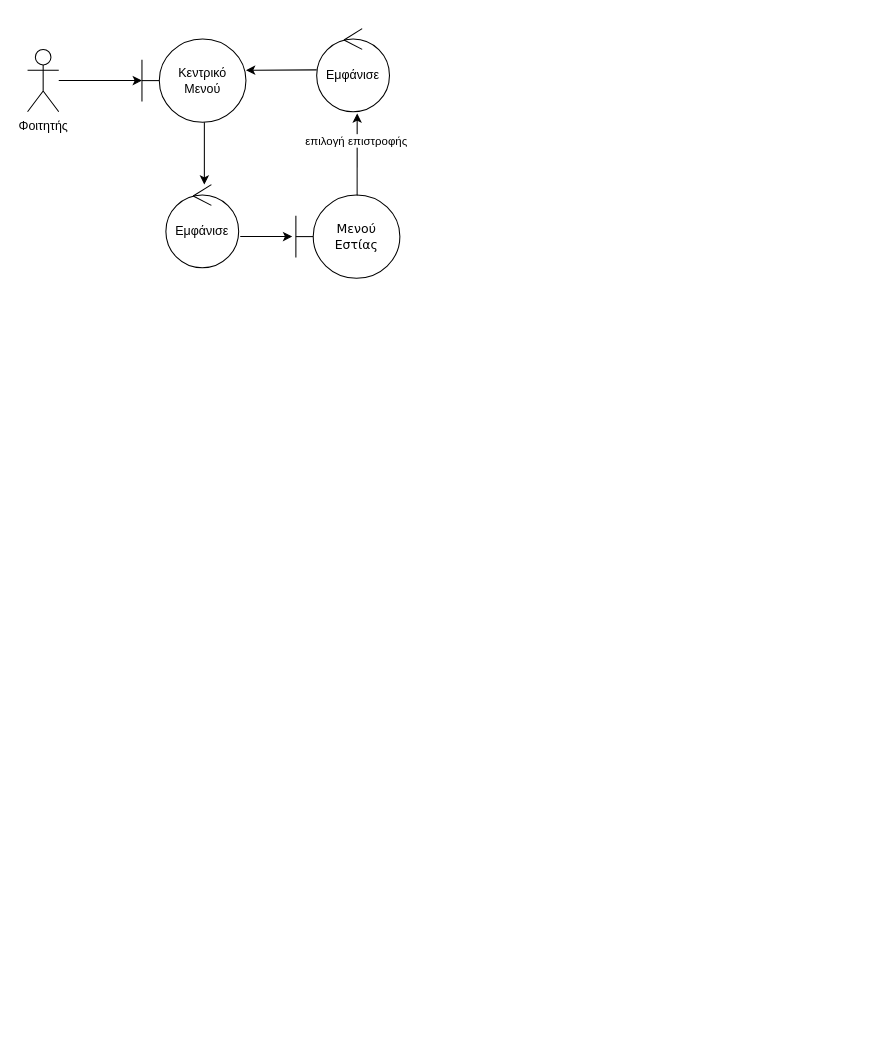
This is page "Cafeteria Menu" (7 of 8) of docs/Contributions/Vaggelis/Robustness-diagrams-v0.1.drawio from Ibournakas/PaPapp, a draw.io file, before an edit. Source tidied: cells renumbered, new cells numbered last; positions are measured from the earlier drawing's top-left corner, leaving out a move shared by most shapes. Both pictures are drawn from the tidied source at 104%, with x=0, y=0 at pixel (27, 28).
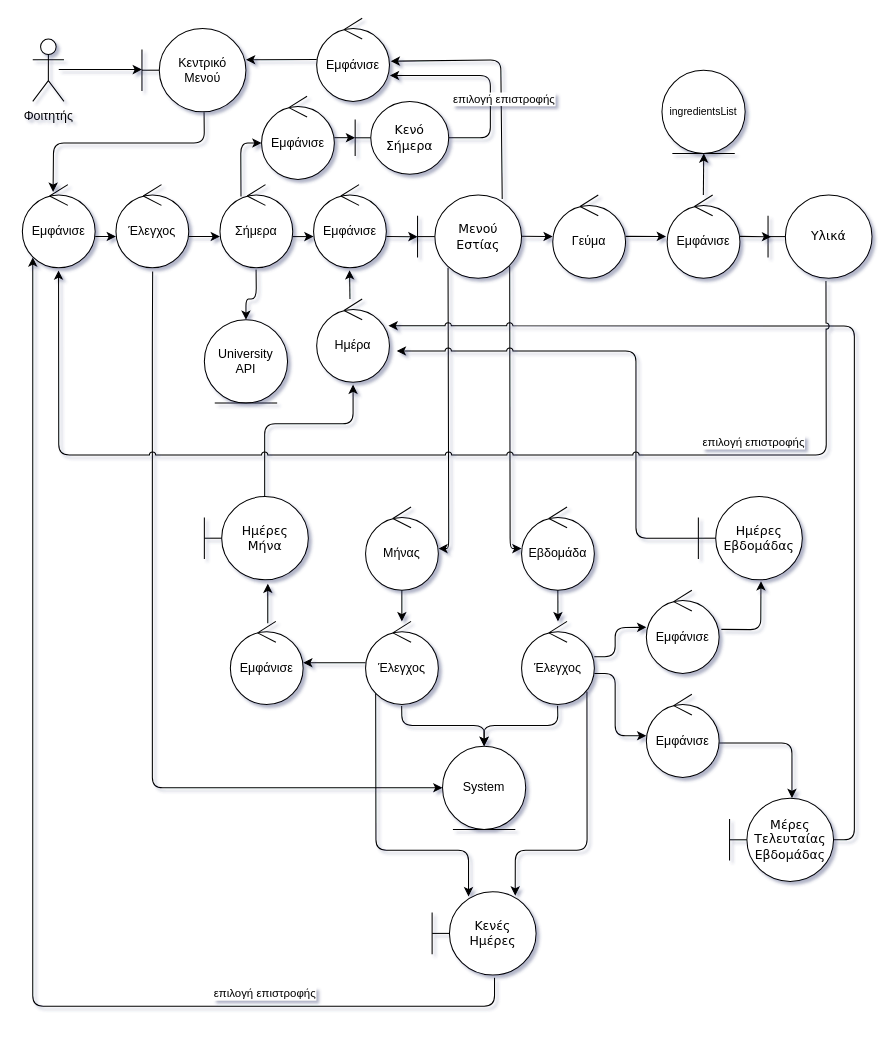
The same page after the edit.

The edit, as a diff of the source:
```diff
@@
-<mxGraphModel>
+<mxGraphModel shadow="1">
@@
+    <mxCell id="13" style="endArrow=classic;html=1;rounded=1;exitX=0.504;exitY=1.043;exitDx=0;exitDy=0;exitPerimeter=0;entryX=0;entryY=0.5;entryDx=0;entryDy=0;" parent="1" edge="1" source="60" target="29">
+      <mxGeometry relative="1" as="geometry">
+        <Array as="points">
+          <mxPoint x="120" y="300" />
+          <mxPoint x="120" y="730" />
+        </Array>
+      </mxGeometry>
+    </mxCell>
     <mxCell id="2" value="Φοιτητής&lt;br&gt;" style="shape=umlActor;verticalLabelPosition=bottom;verticalAlign=top;html=1;rounded=1;" parent="1" vertex="1">
-      <mxGeometry y="20" width="30" height="60" as="geometry" />
+      <mxGeometry x="5" y="10" width="30" height="60" as="geometry" />
     </mxCell>
     <mxCell id="3" value="Εμφάνισε" style="ellipse;shape=umlControl;whiteSpace=wrap;html=1;rounded=1;" parent="1" vertex="1">
-      <mxGeometry x="278" width="70" height="80" as="geometry" />
+      <mxGeometry x="278" y="-10" width="70" height="80" as="geometry" />
     </mxCell>
     <mxCell id="4" value="Κεντρικό Μενού" style="shape=umlBoundary;whiteSpace=wrap;html=1;rounded=1;" parent="1" vertex="1">
-      <mxGeometry x="110" y="10" width="100" height="80" as="geometry" />
+      <mxGeometry x="110" width="100" height="80" as="geometry" />
     </mxCell>
     <mxCell id="5" style="endArrow=classic;html=1;rounded=1;jumpStyle=arc;" parent="1" edge="1">
       <mxGeometry relative="1" as="geometry">
-        <mxPoint x="278" y="39.7" as="sourcePoint" />
-        <mxPoint x="210" y="40" as="targetPoint" />
+        <mxPoint x="278" y="29.7" as="sourcePoint" />
+        <mxPoint x="210" y="30" as="targetPoint" />
       </mxGeometry>
     </mxCell>
     <mxCell id="6" style="endArrow=classic;html=1;rounded=1;" parent="1" edge="1">
       <mxGeometry relative="1" as="geometry">
-        <mxPoint x="30" y="50" as="sourcePoint" />
-        <mxPoint x="110" y="50" as="targetPoint" />
+        <mxPoint x="30" y="39.4" as="sourcePoint" />
+        <mxPoint x="110" y="39.4" as="targetPoint" />
       </mxGeometry>
     </mxCell>
     <mxCell id="7" value="Εμφάνισε" style="ellipse;shape=umlControl;whiteSpace=wrap;html=1;rounded=1;" parent="1" vertex="1">
-      <mxGeometry x="133" y="150" width="70" height="80" as="geometry" />
+      <mxGeometry x="-5" y="150" width="70" height="80" as="geometry" />
     </mxCell>
-    <mxCell id="8" style="endArrow=classic;html=1;rounded=1;" parent="1" edge="1">
+    <mxCell id="8" style="endArrow=classic;html=1;rounded=1;entryX=0.422;entryY=0.088;entryDx=0;entryDy=0;entryPerimeter=0;exitX=0.597;exitY=1.006;exitDx=0;exitDy=0;exitPerimeter=0;" parent="1" edge="1" source="4" target="7">
       <mxGeometry relative="1" as="geometry">
-        <mxPoint x="170" y="90" as="sourcePoint" />
-        <mxPoint x="170" y="150" as="targetPoint" />
+        <Array as="points">
+          <mxPoint x="170" y="110" />
+          <mxPoint x="25" y="110" />
+        </Array>
       </mxGeometry>
     </mxCell>
     <mxCell id="9" value="&lt;font style=&quot;font-size: 12px;&quot; face=&quot;Verdana&quot;&gt;Μενού&lt;br&gt;Εστίας&lt;/font&gt;" style="shape=umlBoundary;whiteSpace=wrap;html=1;rounded=1;" parent="1" vertex="1">
-      <mxGeometry x="258" y="160" width="100" height="80" as="geometry" />
+      <mxGeometry x="375" y="160" width="100" height="80" as="geometry" />
     </mxCell>
-    <mxCell id="10" style="endArrow=classic;html=1;rounded=1;" parent="1" edge="1">
+    <mxCell id="10" style="endArrow=classic;html=1;rounded=1;entryX=0;entryY=0.625;entryDx=0;entryDy=0;entryPerimeter=0;" parent="1" edge="1" target="14">
       <mxGeometry relative="1" as="geometry">
-        <mxPoint x="204.5" y="200" as="sourcePoint" />
-        <mxPoint x="254.5" y="200" as="targetPoint" />
+        <mxPoint x="155" y="199.9" as="sourcePoint" />
+        <Array as="points">
+          <mxPoint x="155" y="199.9" />
+        </Array>
       </mxGeometry>
     </mxCell>
-    <mxCell id="11" style="endArrow=classic;html=1;rounded=1;entryX=0.556;entryY=1.019;entryDx=0;entryDy=0;entryPerimeter=0;exitX=0.589;exitY=0.006;exitDx=0;exitDy=0;exitPerimeter=0;" parent="1" edge="1" source="9" target="3">
-      <mxGeometry relative="1" as="geometry" />
+    <mxCell id="11" style="endArrow=classic;html=1;rounded=1;entryX=1.017;entryY=0.517;entryDx=0;entryDy=0;entryPerimeter=0;exitX=0.814;exitY=0.047;exitDx=0;exitDy=0;exitPerimeter=0;" parent="1" edge="1" source="9" target="3">
+      <mxGeometry relative="1" as="geometry">
+        <Array as="points">
+          <mxPoint x="455" y="30" />
+        </Array>
+      </mxGeometry>
     </mxCell>
+    <mxCell id="14" value="Σήμερα" style="ellipse;shape=umlControl;whiteSpace=wrap;html=1;rounded=1;" parent="1" vertex="1">
+      <mxGeometry x="185" y="150" width="70" height="80" as="geometry" />
+    </mxCell>
+    <mxCell id="15" style="endArrow=classic;html=1;rounded=1;entryX=0;entryY=0.625;entryDx=0;entryDy=0;entryPerimeter=0;" parent="1" edge="1" target="31">
+      <mxGeometry relative="1" as="geometry">
+        <mxPoint x="255" y="200" as="sourcePoint" />
+      </mxGeometry>
+    </mxCell>
+    <mxCell id="16" value="University&lt;br&gt;API" style="ellipse;shape=umlEntity;whiteSpace=wrap;html=1;rounded=1;" parent="1" vertex="1">
+      <mxGeometry x="170" y="280" width="80" height="80" as="geometry" />
+    </mxCell>
+    <mxCell id="17" style="endArrow=classic;html=1;rounded=1;exitX=0.496;exitY=1.02;exitDx=0;exitDy=0;exitPerimeter=0;entryX=0.5;entryY=0;entryDx=0;entryDy=0;" parent="1" edge="1" source="14" target="16">
+      <mxGeometry relative="1" as="geometry">
+        <Array as="points">
+          <mxPoint x="220" y="260" />
+          <mxPoint x="210" y="260" />
+        </Array>
+      </mxGeometry>
+    </mxCell>
+    <mxCell id="18" value="Γεύμα" style="ellipse;shape=umlControl;whiteSpace=wrap;html=1;rounded=1;" parent="1" vertex="1">
+      <mxGeometry x="505" y="160" width="70" height="80" as="geometry" />
+    </mxCell>
+    <mxCell id="19" style="endArrow=classic;html=1;rounded=1;" parent="1" edge="1">
+      <mxGeometry relative="1" as="geometry">
+        <mxPoint x="475" y="199.6" as="sourcePoint" />
+        <mxPoint x="505" y="200" as="targetPoint" />
+      </mxGeometry>
+    </mxCell>
+    <mxCell id="20" value="Εμφάνισε" style="ellipse;shape=umlControl;whiteSpace=wrap;html=1;rounded=1;" parent="1" vertex="1">
+      <mxGeometry x="615" y="160" width="70" height="80" as="geometry" />
+    </mxCell>
+    <mxCell id="21" style="endArrow=classic;html=1;rounded=1;entryX=-0.016;entryY=0.498;entryDx=0;entryDy=0;entryPerimeter=0;" parent="1" edge="1" target="20">
+      <mxGeometry relative="1" as="geometry">
+        <mxPoint x="575" y="199.8" as="sourcePoint" />
+      </mxGeometry>
+    </mxCell>
+    <mxCell id="22" value="&lt;font face=&quot;Verdana&quot;&gt;Υλικά&lt;/font&gt;" style="shape=umlBoundary;whiteSpace=wrap;html=1;rounded=1;" parent="1" vertex="1">
+      <mxGeometry x="712" y="160" width="100" height="80" as="geometry" />
+    </mxCell>
+    <mxCell id="23" style="endArrow=classic;html=1;rounded=1;" parent="1" edge="1">
+      <mxGeometry relative="1" as="geometry">
+        <mxPoint x="685" y="199.8" as="sourcePoint" />
+        <mxPoint x="715" y="200.2" as="targetPoint" />
+      </mxGeometry>
+    </mxCell>
+    <mxCell id="24" value="&lt;font style=&quot;font-size: 10px;&quot;&gt;ingredientsList&lt;/font&gt;" style="ellipse;shape=umlEntity;whiteSpace=wrap;html=1;rounded=1;" parent="1" vertex="1">
+      <mxGeometry x="610" y="40" width="80" height="80" as="geometry" />
+    </mxCell>
+    <mxCell id="25" style="endArrow=classic;html=1;rounded=1;exitX=0.589;exitY=0.006;exitDx=0;exitDy=0;exitPerimeter=0;" parent="1" edge="1">
+      <mxGeometry relative="1" as="geometry">
+        <mxPoint x="649.8" y="160" as="sourcePoint" />
+        <mxPoint x="650.2" y="120" as="targetPoint" />
+      </mxGeometry>
+    </mxCell>
+    <mxCell id="26" style="endArrow=classic;html=1;rounded=1;exitX=0.886;exitY=0.856;exitDx=0;exitDy=0;exitPerimeter=0;entryX=0;entryY=0.5;entryDx=0;entryDy=0;entryPerimeter=0;" parent="1" edge="1" source="9" target="36">
+      <mxGeometry relative="1" as="geometry">
+        <Array as="points">
+          <mxPoint x="464" y="500" />
+        </Array>
+      </mxGeometry>
+    </mxCell>
+    <mxCell id="27" style="endArrow=classic;html=1;rounded=1;exitX=0.293;exitY=0.874;exitDx=0;exitDy=0;exitPerimeter=0;entryX=1;entryY=0.5;entryDx=0;entryDy=0;entryPerimeter=0;" parent="1" edge="1" source="9" target="28">
+      <mxGeometry relative="1" as="geometry">
+        <Array as="points">
+          <mxPoint x="405" y="500" />
+        </Array>
+      </mxGeometry>
+    </mxCell>
+    <mxCell id="28" value="Μήνας" style="ellipse;shape=umlControl;whiteSpace=wrap;html=1;rounded=1;" parent="1" vertex="1">
+      <mxGeometry x="325" y="460" width="70" height="80" as="geometry" />
+    </mxCell>
+    <mxCell id="29" value="System" style="ellipse;shape=umlEntity;whiteSpace=wrap;html=1;rounded=1;" parent="1" vertex="1">
+      <mxGeometry x="399" y="690" width="80" height="80" as="geometry" />
+    </mxCell>
+    <mxCell id="30" value="επιλογή επιστροφής" style="edgeLabel;html=1;align=center;verticalAlign=middle;rounded=1;" parent="1" vertex="1">
+      <mxGeometry x="695" y="400" as="geometry">
+        <mxPoint x="2" y="-3" as="offset" />
+      </mxGeometry>
+    </mxCell>
+    <mxCell id="31" value="Εμφάνισε" style="ellipse;shape=umlControl;whiteSpace=wrap;html=1;rounded=1;" parent="1" vertex="1">
+      <mxGeometry x="275" y="150" width="70" height="80" as="geometry" />
+    </mxCell>
+    <mxCell id="32" style="endArrow=classic;html=1;rounded=1;" parent="1" edge="1">
+      <mxGeometry relative="1" as="geometry">
+        <mxPoint x="345" y="200" as="sourcePoint" />
+        <mxPoint x="375" y="200.1" as="targetPoint" />
+      </mxGeometry>
+    </mxCell>
+    <mxCell id="33" value="Έλεγχος" style="ellipse;shape=umlControl;whiteSpace=wrap;html=1;rounded=1;" parent="1" vertex="1">
+      <mxGeometry x="475" y="570" width="70" height="80" as="geometry" />
+    </mxCell>
+    <mxCell id="34" value="&lt;font face=&quot;Verdana&quot;&gt;Ημέρες Εβδομάδας&lt;/font&gt;" style="shape=umlBoundary;whiteSpace=wrap;html=1;rounded=1;" parent="1" vertex="1">
+      <mxGeometry x="645" y="450" width="100" height="80" as="geometry" />
+    </mxCell>
+    <mxCell id="35" style="endArrow=classic;html=1;rounded=1;" parent="1" edge="1" target="36">
+      <mxGeometry relative="1" as="geometry">
+        <mxPoint x="505" y="499.8" as="sourcePoint" />
+      </mxGeometry>
+    </mxCell>
+    <mxCell id="36" value="Εβδομάδα" style="ellipse;shape=umlControl;whiteSpace=wrap;html=1;rounded=1;" parent="1" vertex="1">
+      <mxGeometry x="475" y="460" width="70" height="80" as="geometry" />
+    </mxCell>
+    <mxCell id="37" style="endArrow=classic;html=1;rounded=1;exitX=0.495;exitY=1.013;exitDx=0;exitDy=0;exitPerimeter=0;entryX=0.5;entryY=0;entryDx=0;entryDy=0;" parent="1" edge="1" source="33" target="29">
+      <mxGeometry relative="1" as="geometry">
+        <Array as="points">
+          <mxPoint x="510" y="670" />
+          <mxPoint x="439" y="670" />
+        </Array>
+      </mxGeometry>
+    </mxCell>
+    <mxCell id="38" style="endArrow=classic;html=1;" parent="1" edge="1">
+      <mxGeometry relative="1" as="geometry">
+        <mxPoint x="359.9" y="540" as="sourcePoint" />
+        <mxPoint x="359.9" y="570" as="targetPoint" />
+      </mxGeometry>
+    </mxCell>
+    <mxCell id="39" value="Έλεγχος" style="ellipse;shape=umlControl;whiteSpace=wrap;html=1;rounded=1;" parent="1" vertex="1">
+      <mxGeometry x="325" y="570" width="70" height="80" as="geometry" />
+    </mxCell>
+    <mxCell id="40" style="endArrow=classic;html=1;exitX=0.496;exitY=1.018;exitDx=0;exitDy=0;exitPerimeter=0;entryX=0.5;entryY=0;entryDx=0;entryDy=0;" parent="1" edge="1" source="39" target="29">
+      <mxGeometry relative="1" as="geometry">
+        <Array as="points">
+          <mxPoint x="360" y="670" />
+          <mxPoint x="439" y="670" />
+        </Array>
+      </mxGeometry>
+    </mxCell>
+    <mxCell id="41" style="endArrow=classic;html=1;" parent="1" edge="1" target="33">
+      <mxGeometry relative="1" as="geometry">
+        <mxPoint x="509.9" y="540" as="sourcePoint" />
+      </mxGeometry>
+    </mxCell>
+    <mxCell id="42" style="endArrow=classic;html=1;rounded=1;entryX=0;entryY=0.446;entryDx=0;entryDy=0;entryPerimeter=0;exitX=0.998;exitY=0.426;exitDx=0;exitDy=0;exitPerimeter=0;" parent="1" edge="1" source="33" target="43">
+      <mxGeometry relative="1" as="geometry">
+        <Array as="points">
+          <mxPoint x="565" y="604" />
+          <mxPoint x="565" y="576" />
+        </Array>
+      </mxGeometry>
+    </mxCell>
+    <mxCell id="43" value="Εμφάνισε" style="ellipse;shape=umlControl;whiteSpace=wrap;html=1;rounded=1;" parent="1" vertex="1">
+      <mxGeometry x="595" y="540" width="70" height="80" as="geometry" />
+    </mxCell>
+    <mxCell id="44" style="endArrow=classic;html=1;rounded=1;entryX=0.602;entryY=1.016;entryDx=0;entryDy=0;entryPerimeter=0;exitX=1.029;exitY=0.471;exitDx=0;exitDy=0;exitPerimeter=0;" parent="1" edge="1" source="43" target="34">
+      <mxGeometry relative="1" as="geometry">
+        <Array as="points">
+          <mxPoint x="705" y="578" />
+        </Array>
+      </mxGeometry>
+    </mxCell>
+    <mxCell id="45" value="Ημέρα" style="ellipse;shape=umlControl;whiteSpace=wrap;html=1;rounded=1;" parent="1" vertex="1">
+      <mxGeometry x="278" y="260" width="70" height="80" as="geometry" />
+    </mxCell>
+    <mxCell id="46" style="endArrow=classic;html=1;rounded=1;jumpStyle=arc;" parent="1" edge="1">
+      <mxGeometry relative="1" as="geometry">
+        <mxPoint x="645" y="490" as="sourcePoint" />
+        <mxPoint x="355" y="310" as="targetPoint" />
+        <Array as="points">
+          <mxPoint x="585" y="490" />
+          <mxPoint x="585" y="310" />
+        </Array>
+      </mxGeometry>
+    </mxCell>
+    <mxCell id="47" style="endArrow=classic;html=1;rounded=1;entryX=0.495;entryY=1.029;entryDx=0;entryDy=0;entryPerimeter=0;" parent="1" edge="1" target="31">
+      <mxGeometry relative="1" as="geometry">
+        <mxPoint x="310" y="260" as="sourcePoint" />
+      </mxGeometry>
+    </mxCell>
+    <mxCell id="48" style="endArrow=classic;html=1;rounded=1;exitX=1;exitY=0.625;exitDx=0;exitDy=0;exitPerimeter=0;" parent="1" edge="1" source="33">
+      <mxGeometry relative="1" as="geometry">
+        <mxPoint x="595" y="680" as="targetPoint" />
+        <Array as="points">
+          <mxPoint x="565" y="620" />
+          <mxPoint x="565" y="680" />
+        </Array>
+      </mxGeometry>
+    </mxCell>
+    <mxCell id="49" value="Εμφάνισε" style="ellipse;shape=umlControl;whiteSpace=wrap;html=1;rounded=1;" parent="1" vertex="1">
+      <mxGeometry x="595" y="640" width="70" height="80" as="geometry" />
+    </mxCell>
+    <mxCell id="50" style="endArrow=classic;html=1;rounded=1;exitX=1.029;exitY=0.471;exitDx=0;exitDy=0;exitPerimeter=0;entryX=0.6;entryY=0;entryDx=0;entryDy=0;entryPerimeter=0;" parent="1" edge="1" target="51">
+      <mxGeometry relative="1" as="geometry">
+        <mxPoint x="665" y="687" as="sourcePoint" />
+        <Array as="points">
+          <mxPoint x="735" y="687" />
+        </Array>
+      </mxGeometry>
+    </mxCell>
+    <mxCell id="51" value="&lt;font face=&quot;Verdana&quot;&gt;Μέρες&lt;br&gt;Τελευταίας&lt;br&gt;Εβδομάδας&lt;br&gt;&lt;/font&gt;" style="shape=umlBoundary;whiteSpace=wrap;html=1;rounded=1;" parent="1" vertex="1">
+      <mxGeometry x="675" y="740" width="100" height="80" as="geometry" />
+    </mxCell>
+    <mxCell id="52" style="endArrow=classic;html=1;rounded=1;entryX=0.986;entryY=0.321;entryDx=0;entryDy=0;entryPerimeter=0;jumpStyle=arc;" parent="1" edge="1" target="45">
+      <mxGeometry relative="1" as="geometry">
+        <mxPoint x="775" y="780" as="sourcePoint" />
+        <Array as="points">
+          <mxPoint x="795" y="780" />
+          <mxPoint x="795" y="286" />
+        </Array>
+      </mxGeometry>
+    </mxCell>
+    <mxCell id="53" value="Εμφάνισε" style="ellipse;shape=umlControl;whiteSpace=wrap;html=1;rounded=1;" parent="1" vertex="1">
+      <mxGeometry x="195" y="570" width="70" height="80" as="geometry" />
+    </mxCell>
+    <mxCell id="54" style="endArrow=classic;html=1;rounded=1;entryX=0;entryY=0.446;entryDx=0;entryDy=0;entryPerimeter=0;" parent="1" edge="1">
+      <mxGeometry relative="1" as="geometry">
+        <mxPoint x="325" y="609.7" as="sourcePoint" />
+        <mxPoint x="265" y="609.7" as="targetPoint" />
+      </mxGeometry>
+    </mxCell>
+    <mxCell id="55" value="&lt;font face=&quot;Verdana&quot;&gt;Ημέρες&lt;br&gt;Μήνα&lt;br&gt;&lt;/font&gt;" style="shape=umlBoundary;whiteSpace=wrap;html=1;rounded=1;" parent="1" vertex="1">
+      <mxGeometry x="170" y="450" width="100" height="80" as="geometry" />
+    </mxCell>
+    <mxCell id="56" style="endArrow=classic;html=1;rounded=1;exitX=0.514;exitY=0.021;exitDx=0;exitDy=0;exitPerimeter=0;entryX=0.61;entryY=1.046;entryDx=0;entryDy=0;entryPerimeter=0;" parent="1" edge="1" source="53" target="55">
+      <mxGeometry relative="1" as="geometry" />
+    </mxCell>
+    <mxCell id="57" style="endArrow=classic;html=1;rounded=1;entryX=0.5;entryY=1.029;entryDx=0;entryDy=0;entryPerimeter=0;" parent="1" edge="1" target="45">
+      <mxGeometry relative="1" as="geometry">
+        <mxPoint x="228" y="450" as="sourcePoint" />
+        <Array as="points">
+          <mxPoint x="228" y="380" />
+          <mxPoint x="313" y="380" />
+        </Array>
+      </mxGeometry>
+    </mxCell>
+    <mxCell id="58" value="&lt;font face=&quot;Verdana&quot;&gt;Κενό Σήμερα&lt;/font&gt;" style="shape=umlBoundary;whiteSpace=wrap;html=1;rounded=1;" parent="1" vertex="1">
+      <mxGeometry x="315" y="70" width="90" height="70" as="geometry" />
+    </mxCell>
+    <mxCell id="59" style="endArrow=classic;html=1;rounded=1;exitX=0.557;exitY=1.034;exitDx=0;exitDy=0;exitPerimeter=0;entryX=0.497;entryY=1.032;entryDx=0;entryDy=0;entryPerimeter=0;jumpStyle=arc;" parent="1" edge="1" source="22" target="7">
+      <mxGeometry relative="1" as="geometry">
+        <Array as="points">
+          <mxPoint x="768" y="410" />
+          <mxPoint x="30" y="410" />
+        </Array>
+      </mxGeometry>
+    </mxCell>
+    <mxCell id="60" value="Έλεγχος" style="ellipse;shape=umlControl;whiteSpace=wrap;html=1;rounded=1;" parent="1" vertex="1">
+      <mxGeometry x="85" y="150" width="70" height="80" as="geometry" />
+    </mxCell>
+    <mxCell id="61" style="endArrow=classic;html=1;rounded=1;" parent="1" edge="1">
+      <mxGeometry relative="1" as="geometry">
+        <mxPoint x="65" y="199.9" as="sourcePoint" />
+        <mxPoint x="85" y="199.9" as="targetPoint" />
+        <Array as="points">
+          <mxPoint x="65" y="199.9" />
+        </Array>
+      </mxGeometry>
+    </mxCell>
+    <mxCell id="62" value="Εμφάνισε" style="ellipse;shape=umlControl;whiteSpace=wrap;html=1;rounded=1;" parent="1" vertex="1">
+      <mxGeometry x="225" y="65" width="70" height="80" as="geometry" />
+    </mxCell>
+    <mxCell id="63" style="endArrow=classic;html=1;rounded=1;entryX=0;entryY=0.625;entryDx=0;entryDy=0;entryPerimeter=0;" parent="1" edge="1">
+      <mxGeometry relative="1" as="geometry">
+        <mxPoint x="295" y="104.9" as="sourcePoint" />
+        <mxPoint x="315" y="104.9" as="targetPoint" />
+      </mxGeometry>
+    </mxCell>
+    <mxCell id="64" style="endArrow=classic;html=1;rounded=1;entryX=0;entryY=0.563;entryDx=0;entryDy=0;entryPerimeter=0;exitX=0.289;exitY=0.143;exitDx=0;exitDy=0;exitPerimeter=0;" parent="1" edge="1" source="14" target="62">
+      <mxGeometry relative="1" as="geometry">
+        <Array as="points">
+          <mxPoint x="205" y="110" />
+        </Array>
+      </mxGeometry>
+    </mxCell>
+    <mxCell id="65" value="&lt;font face=&quot;Verdana&quot;&gt;Κενές&lt;br&gt;Ημέρες&lt;br&gt;&lt;/font&gt;" style="shape=umlBoundary;whiteSpace=wrap;html=1;rounded=1;" parent="1" vertex="1">
+      <mxGeometry x="389" y="830" width="100" height="80" as="geometry" />
+    </mxCell>
+    <mxCell id="66" style="endArrow=classic;html=1;rounded=1;exitX=0.139;exitY=0.863;exitDx=0;exitDy=0;exitPerimeter=0;entryX=0.35;entryY=0.056;entryDx=0;entryDy=0;entryPerimeter=0;" parent="1" edge="1" source="39" target="65">
+      <mxGeometry relative="1" as="geometry">
+        <Array as="points">
+          <mxPoint x="335" y="790" />
+          <mxPoint x="424" y="790" />
+        </Array>
+      </mxGeometry>
+    </mxCell>
+    <mxCell id="67" style="endArrow=classic;html=1;rounded=1;exitX=0.898;exitY=0.843;exitDx=0;exitDy=0;exitPerimeter=0;entryX=0.799;entryY=0.047;entryDx=0;entryDy=0;entryPerimeter=0;" parent="1" edge="1" source="33" target="65">
+      <mxGeometry relative="1" as="geometry">
+        <Array as="points">
+          <mxPoint x="538" y="790" />
+          <mxPoint x="469" y="790" />
+        </Array>
+      </mxGeometry>
+    </mxCell>
+    <mxCell id="68" style="endArrow=classic;html=1;rounded=1;entryX=1.005;entryY=0.689;entryDx=0;entryDy=0;entryPerimeter=0;" parent="1" edge="1" target="3">
+      <mxGeometry relative="1" as="geometry">
+        <mxPoint x="405" y="105" as="sourcePoint" />
+        <Array as="points">
+          <mxPoint x="445" y="105" />
+          <mxPoint x="445" y="45" />
+        </Array>
+      </mxGeometry>
+    </mxCell>
     <mxCell id="12" value="επιλογή επιστροφής" style="edgeLabel;html=1;align=center;verticalAlign=middle;rounded=1;" parent="1" vertex="1">
-      <mxGeometry x="313" y="110" as="geometry">
+      <mxGeometry x="455" y="70" as="geometry">
         <mxPoint x="2" y="-3" as="offset" />
       </mxGeometry>
     </mxCell>
+    <mxCell id="69" style="endArrow=classic;html=1;rounded=1;exitX=0.6;exitY=1.033;exitDx=0;exitDy=0;exitPerimeter=0;entryX=0.143;entryY=0.875;entryDx=0;entryDy=0;entryPerimeter=0;" parent="1" edge="1" source="65" target="7">
+      <mxGeometry relative="1" as="geometry">
+        <Array as="points">
+          <mxPoint x="449" y="940" />
+          <mxPoint x="5" y="940" />
+        </Array>
+      </mxGeometry>
+    </mxCell>
+    <mxCell id="70" value="επιλογή επιστροφής" style="edgeLabel;html=1;align=center;verticalAlign=middle;rounded=1;" parent="1" vertex="1">
+      <mxGeometry x="225" y="930" as="geometry">
+        <mxPoint x="2" y="-3" as="offset" />
+      </mxGeometry>
+    </mxCell>
```
